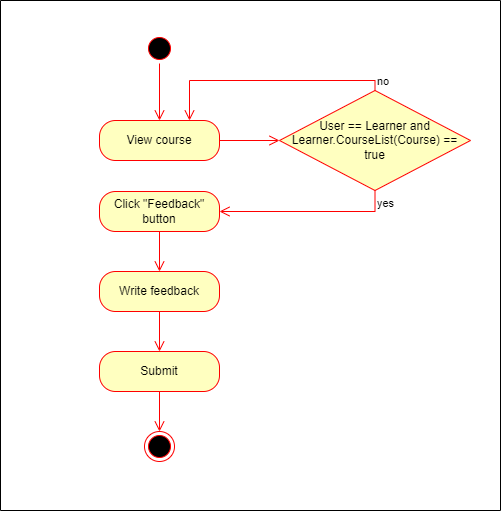
iprosenjitp/Tech-School keeps this draw.io diagram as Materials/Activity Diagrams/AD_Write Feedback.png. Above is the earlier version. Source tidied: cells renumbered, new cells last; positions are measured from the earlier drawing's top-left corner, leaving out a move shared by most shapes.
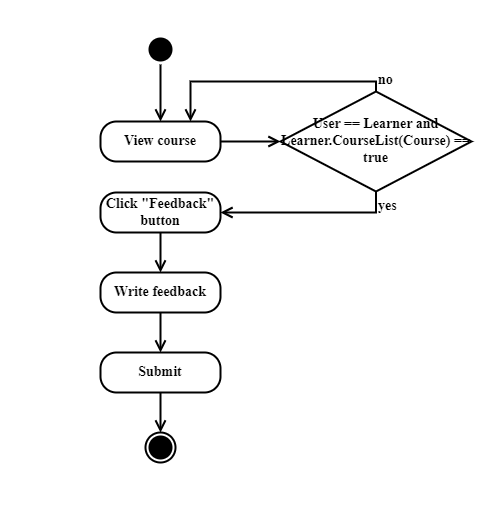
Above is the later version.

Diff of the diagram source:
```diff
@@ -2,49 +2,49 @@
   <root>
     <mxCell id="0" />
     <mxCell id="1" parent="0" />
-    <mxCell id="2" value="View course" style="rounded=1;whiteSpace=wrap;html=1;arcSize=40;fontColor=#000000;fillColor=#ffffc0;strokeColor=#ff0000;" parent="1" vertex="1">
+    <mxCell id="2" value="View course" style="rounded=1;whiteSpace=wrap;html=1;arcSize=40;strokeWidth=2;fontFamily=Times New Roman;fontStyle=1;fontSize=14;" parent="1" vertex="1">
       <mxGeometry x="99" y="120" width="120" height="40" as="geometry" />
     </mxCell>
-    <mxCell id="3" style="edgeStyle=orthogonalEdgeStyle;html=1;verticalAlign=bottom;endArrow=open;endSize=8;strokeColor=#ff0000;rounded=0;entryX=0;entryY=0.5;entryDx=0;entryDy=0;" parent="1" edge="1" source="2" target="7">
+    <mxCell id="3" style="edgeStyle=orthogonalEdgeStyle;html=1;verticalAlign=bottom;endArrow=open;endSize=8;rounded=0;entryX=0;entryY=0.5;entryDx=0;entryDy=0;strokeWidth=2;fontFamily=Times New Roman;fontStyle=1;fontSize=14;" parent="1" edge="1" source="2" target="7">
       <mxGeometry relative="1" as="geometry" />
     </mxCell>
-    <mxCell id="4" style="ellipse;html=1;shape=startState;fillColor=#000000;strokeColor=#ff0000;" parent="1" vertex="1">
+    <mxCell id="4" style="ellipse;html=1;shape=startState;strokeWidth=2;fontFamily=Times New Roman;fontStyle=1;fontSize=14;fillColor=#000000;" parent="1" vertex="1">
       <mxGeometry x="144" y="33" width="30" height="30" as="geometry" />
     </mxCell>
-    <mxCell id="5" style="edgeStyle=orthogonalEdgeStyle;html=1;verticalAlign=bottom;endArrow=open;endSize=8;strokeColor=#ff0000;rounded=0;entryX=0.5;entryY=0;entryDx=0;entryDy=0;" parent="1" edge="1" source="4" target="2">
+    <mxCell id="5" style="edgeStyle=orthogonalEdgeStyle;html=1;verticalAlign=bottom;endArrow=open;endSize=8;rounded=0;entryX=0.5;entryY=0;entryDx=0;entryDy=0;strokeWidth=2;fontFamily=Times New Roman;fontStyle=1;fontSize=14;" parent="1" edge="1" source="4" target="2">
       <mxGeometry relative="1" as="geometry" />
     </mxCell>
-    <mxCell id="6" style="swimlane;startSize=0;" parent="1" vertex="1">
+    <mxCell id="6" style="swimlane;startSize=0;strokeWidth=2;fontFamily=Times New Roman;fontStyle=1;fontSize=14;strokeColor=#FFFFFF;" parent="1" vertex="1">
       <mxGeometry width="500" height="510" as="geometry" />
     </mxCell>
-    <mxCell id="7" value="User == Learner and Learner.CourseList(Course) == true" style="rhombus;whiteSpace=wrap;html=1;fontColor=#000000;fillColor=#ffffc0;strokeColor=#ff0000;" parent="6" vertex="1">
+    <mxCell id="7" value="User == Learner and Learner.CourseList(Course) == true" style="rhombus;whiteSpace=wrap;html=1;strokeWidth=2;fontFamily=Times New Roman;fontStyle=1;fontSize=14;" parent="6" vertex="1">
       <mxGeometry x="279" y="90" width="191" height="100" as="geometry" />
     </mxCell>
-    <mxCell id="8" value="Click &quot;Feedback&quot; button" style="rounded=1;whiteSpace=wrap;html=1;arcSize=40;fontColor=#000000;fillColor=#ffffc0;strokeColor=#ff0000;" parent="6" vertex="1">
+    <mxCell id="8" value="Click &quot;Feedback&quot; button" style="rounded=1;whiteSpace=wrap;html=1;arcSize=40;strokeWidth=2;fontFamily=Times New Roman;fontStyle=1;fontSize=14;" parent="6" vertex="1">
       <mxGeometry x="99" y="191" width="120" height="40" as="geometry" />
     </mxCell>
-    <mxCell id="9" value="yes" style="edgeStyle=orthogonalEdgeStyle;html=1;align=left;verticalAlign=top;endArrow=open;endSize=8;strokeColor=#ff0000;rounded=0;entryX=1;entryY=0.5;entryDx=0;entryDy=0;exitX=0.5;exitY=1;exitDx=0;exitDy=0;" parent="6" edge="1" source="7" target="8">
+    <mxCell id="9" value="yes" style="edgeStyle=orthogonalEdgeStyle;html=1;align=left;verticalAlign=top;endArrow=open;endSize=8;rounded=0;entryX=1;entryY=0.5;entryDx=0;entryDy=0;exitX=0.5;exitY=1;exitDx=0;exitDy=0;strokeWidth=2;fontFamily=Times New Roman;fontStyle=1;fontSize=14;" parent="6" edge="1" source="7" target="8">
       <mxGeometry x="-1" relative="1" as="geometry" />
     </mxCell>
-    <mxCell id="10" value="Write feedback" style="rounded=1;whiteSpace=wrap;html=1;arcSize=40;fontColor=#000000;fillColor=#ffffc0;strokeColor=#ff0000;" parent="6" vertex="1">
+    <mxCell id="10" value="Write feedback" style="rounded=1;whiteSpace=wrap;html=1;arcSize=40;strokeWidth=2;fontFamily=Times New Roman;fontStyle=1;fontSize=14;" parent="6" vertex="1">
       <mxGeometry x="99" y="271" width="120" height="40" as="geometry" />
     </mxCell>
-    <mxCell id="11" style="edgeStyle=orthogonalEdgeStyle;html=1;verticalAlign=bottom;endArrow=open;endSize=8;strokeColor=#ff0000;rounded=0;entryX=0.5;entryY=0;entryDx=0;entryDy=0;" parent="6" edge="1" source="8" target="10">
+    <mxCell id="11" style="edgeStyle=orthogonalEdgeStyle;html=1;verticalAlign=bottom;endArrow=open;endSize=8;rounded=0;entryX=0.5;entryY=0;entryDx=0;entryDy=0;strokeWidth=2;fontFamily=Times New Roman;fontStyle=1;fontSize=14;" parent="6" edge="1" source="8" target="10">
       <mxGeometry relative="1" as="geometry" />
     </mxCell>
-    <mxCell id="12" value="Submit" style="rounded=1;whiteSpace=wrap;html=1;arcSize=40;fontColor=#000000;fillColor=#ffffc0;strokeColor=#ff0000;" parent="6" vertex="1">
+    <mxCell id="12" value="Submit" style="rounded=1;whiteSpace=wrap;html=1;arcSize=40;strokeWidth=2;fontFamily=Times New Roman;fontStyle=1;fontSize=14;" parent="6" vertex="1">
       <mxGeometry x="99" y="351" width="120" height="40" as="geometry" />
     </mxCell>
-    <mxCell id="13" style="edgeStyle=orthogonalEdgeStyle;html=1;verticalAlign=bottom;endArrow=open;endSize=8;strokeColor=#ff0000;rounded=0;entryX=0.5;entryY=0;entryDx=0;entryDy=0;" parent="6" edge="1" source="10" target="12">
+    <mxCell id="13" style="edgeStyle=orthogonalEdgeStyle;html=1;verticalAlign=bottom;endArrow=open;endSize=8;rounded=0;entryX=0.5;entryY=0;entryDx=0;entryDy=0;strokeWidth=2;fontFamily=Times New Roman;fontStyle=1;fontSize=14;" parent="6" edge="1" source="10" target="12">
       <mxGeometry relative="1" as="geometry" />
     </mxCell>
-    <mxCell id="14" style="ellipse;html=1;shape=endState;fillColor=#000000;strokeColor=#ff0000;" parent="6" vertex="1">
+    <mxCell id="14" style="ellipse;html=1;shape=endState;strokeWidth=2;fontFamily=Times New Roman;fontStyle=1;fontSize=14;fillColor=#000000;" parent="6" vertex="1">
       <mxGeometry x="144" y="431" width="30" height="30" as="geometry" />
     </mxCell>
-    <mxCell id="15" style="edgeStyle=orthogonalEdgeStyle;html=1;verticalAlign=bottom;endArrow=open;endSize=8;strokeColor=#ff0000;rounded=0;entryX=0.5;entryY=0;entryDx=0;entryDy=0;" parent="6" edge="1" source="12" target="14">
+    <mxCell id="15" style="edgeStyle=orthogonalEdgeStyle;html=1;verticalAlign=bottom;endArrow=open;endSize=8;rounded=0;entryX=0.5;entryY=0;entryDx=0;entryDy=0;strokeWidth=2;fontFamily=Times New Roman;fontStyle=1;fontSize=14;" parent="6" edge="1" source="12" target="14">
       <mxGeometry relative="1" as="geometry" />
     </mxCell>
-    <mxCell id="16" value="no" style="edgeStyle=orthogonalEdgeStyle;html=1;align=left;verticalAlign=bottom;endArrow=open;endSize=8;strokeColor=#ff0000;rounded=0;entryX=0.75;entryY=0;entryDx=0;entryDy=0;exitX=0.5;exitY=0;exitDx=0;exitDy=0;" parent="1" edge="1" source="7" target="2">
+    <mxCell id="16" value="no" style="edgeStyle=orthogonalEdgeStyle;html=1;align=left;verticalAlign=bottom;endArrow=open;endSize=8;rounded=0;entryX=0.75;entryY=0;entryDx=0;entryDy=0;exitX=0.5;exitY=0;exitDx=0;exitDy=0;strokeWidth=2;fontFamily=Times New Roman;fontStyle=1;fontSize=14;" parent="1" edge="1" source="7" target="2">
       <mxGeometry x="-1" relative="1" as="geometry" />
     </mxCell>
   </root>
```
